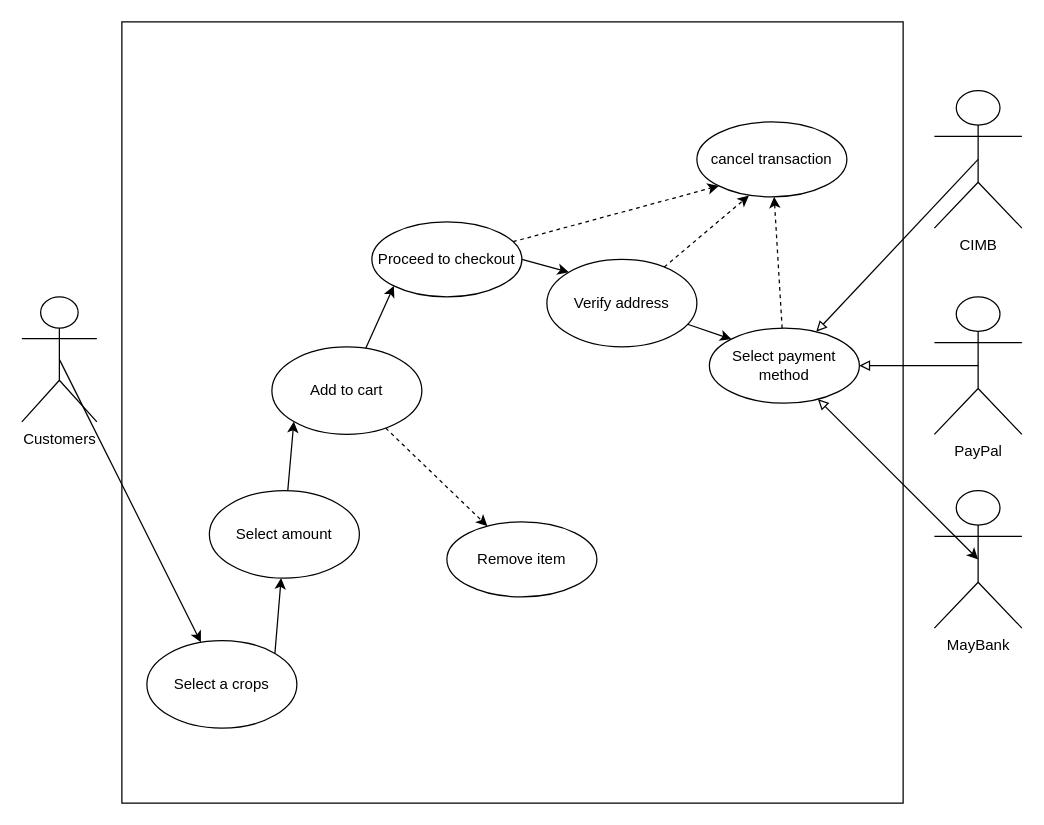
The draw.io diagram page "Page-1" (1 of 2) of SAD assignment 1.drawio in NoNameToPick/Program, before the edit. Source tidied: cells renumbered, new cells numbered last; positions are measured from the earlier drawing's top-left corner, leaving out a move shared by most shapes. Both pictures are drawn from the tidied source at 125%, with x=0, y=0 at pixel (21, 21).
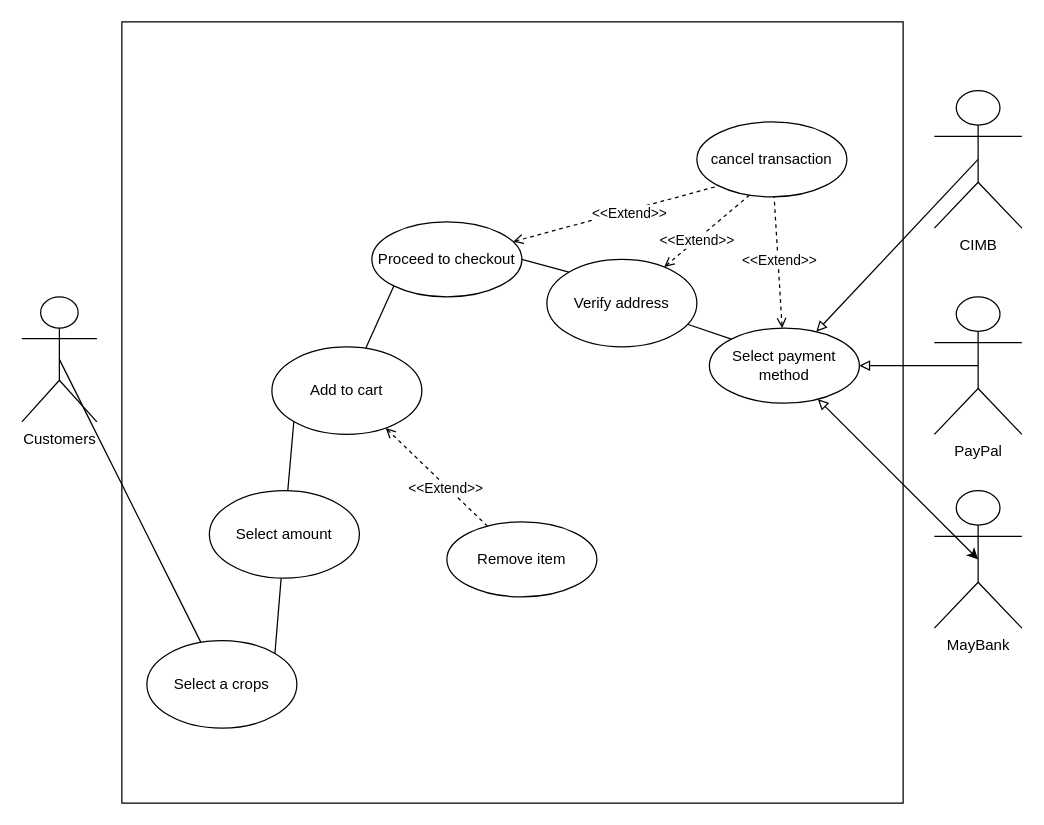
The same diagram, later.

The change refers to these unchanged cells:
```xml
<mxCell id="3" value="Customers" style="shape=umlActor;verticalLabelPosition=bottom;verticalAlign=top;html=1;outlineConnect=0;" parent="1" vertex="1">
  <mxGeometry y="220" width="60" height="100" as="geometry" />
</mxCell>
<mxCell id="5" value="Select a crops" style="ellipse;whiteSpace=wrap;html=1;" parent="1" vertex="1">
  <mxGeometry x="100" y="495" width="120" height="70" as="geometry" />
</mxCell>
<mxCell id="8" value="Add to cart" style="ellipse;whiteSpace=wrap;html=1;" parent="1" vertex="1">
  <mxGeometry x="200" y="260" width="120" height="70" as="geometry" />
</mxCell>
<mxCell id="10" value="Remove item" style="ellipse;whiteSpace=wrap;html=1;" parent="1" vertex="1">
  <mxGeometry x="340" y="400" width="120" height="60" as="geometry" />
</mxCell>
<mxCell id="13" value="Proceed to checkout" style="ellipse;whiteSpace=wrap;html=1;" parent="1" vertex="1">
  <mxGeometry x="280" y="160" width="120" height="60" as="geometry" />
</mxCell>
<mxCell id="16" value="Select payment method" style="ellipse;whiteSpace=wrap;html=1;" parent="1" vertex="1">
  <mxGeometry x="550" y="245" width="120" height="60" as="geometry" />
</mxCell>
<mxCell id="22" value="cancel transaction" style="ellipse;whiteSpace=wrap;html=1;" parent="1" vertex="1">
  <mxGeometry x="540" y="80" width="120" height="60" as="geometry" />
</mxCell>
<mxCell id="24" value="Select amount" style="ellipse;whiteSpace=wrap;html=1;" parent="1" vertex="1">
  <mxGeometry x="150" y="375" width="120" height="70" as="geometry" />
</mxCell>
<mxCell id="26" value="Verify address" style="ellipse;whiteSpace=wrap;html=1;" parent="1" vertex="1">
  <mxGeometry x="420" y="190" width="120" height="70" as="geometry" />
</mxCell>
```

Change to the diagram source:
```diff
@@
-    <mxCell id="2" style="rounded=0;jettySize=auto;html=1;exitX=0.5;exitY=0.5;exitDx=0;exitDy=0;exitPerimeter=0;" parent="1" edge="1" source="3" target="5">
+    <mxCell id="2" style="rounded=0;jettySize=auto;html=1;exitX=0.5;exitY=0.5;exitDx=0;exitDy=0;exitPerimeter=0;endArrow=none;endFill=0;" parent="1" edge="1" source="3" target="5">
       <mxGeometry relative="1" as="geometry" />
     </mxCell>
@@
-    <mxCell id="6" style="rounded=0;jettySize=auto;html=1;dashed=1;endArrow=classic;endFill=1;" parent="1" edge="1" source="8" target="10">
+    <mxCell id="6" style="rounded=0;jettySize=auto;html=1;dashed=1;endArrow=none;endFill=0;startArrow=open;startFill=0;" parent="1" edge="1" source="8" target="10">
       <mxGeometry relative="1" as="geometry" />
     </mxCell>
+    <mxCell id="28" value="&amp;lt;&amp;lt;Extend&amp;gt;&amp;gt;" style="edgeLabel;html=1;align=center;verticalAlign=middle;" parent="6" vertex="1">
+      <mxGeometry x="0.19" y="-1" relative="1" as="geometry" />
+    </mxCell>
-    <mxCell id="7" style="rounded=0;jettySize=auto;html=1;entryX=0;entryY=1;entryDx=0;entryDy=0;" parent="1" edge="1" source="8" target="13">
+    <mxCell id="7" style="rounded=0;jettySize=auto;html=1;entryX=0;entryY=1;entryDx=0;entryDy=0;endArrow=none;endFill=0;" parent="1" edge="1" source="8" target="13">
       <mxGeometry relative="1" as="geometry" />
     </mxCell>
@@
-    <mxCell id="9" style="rounded=0;jettySize=auto;html=1;exitX=1;exitY=0;exitDx=0;exitDy=0;" parent="1" edge="1" source="5" target="24">
+    <mxCell id="9" style="rounded=0;jettySize=auto;html=1;exitX=1;exitY=0;exitDx=0;exitDy=0;endArrow=none;endFill=0;" parent="1" edge="1" source="5" target="24">
       <mxGeometry relative="1" as="geometry" />
     </mxCell>
@@
-    <mxCell id="11" style="rounded=0;jettySize=auto;html=1;exitX=1;exitY=0.5;exitDx=0;exitDy=0;entryX=0;entryY=0;entryDx=0;entryDy=0;" parent="1" edge="1" source="13" target="26">
+    <mxCell id="11" style="rounded=0;jettySize=auto;html=1;exitX=1;exitY=0.5;exitDx=0;exitDy=0;entryX=0;entryY=0;entryDx=0;entryDy=0;endArrow=none;endFill=0;" parent="1" edge="1" source="13" target="26">
       <mxGeometry relative="1" as="geometry" />
     </mxCell>
-    <mxCell id="12" style="rounded=0;jettySize=auto;html=1;entryX=0;entryY=1;entryDx=0;entryDy=0;dashed=1;" parent="1" edge="1" source="13" target="22">
+    <mxCell id="12" style="rounded=0;jettySize=auto;html=1;entryX=0;entryY=1;entryDx=0;entryDy=0;dashed=1;startArrow=open;startFill=0;endArrow=none;endFill=0;" parent="1" edge="1" source="13" target="22">
       <mxGeometry relative="1" as="geometry" />
     </mxCell>
+    <mxCell id="29" value="&amp;lt;&amp;lt;Extend&amp;gt;&amp;gt;" style="edgeLabel;html=1;align=center;verticalAlign=middle;" parent="12" vertex="1">
+      <mxGeometry x="0.11" y="-2" relative="1" as="geometry" />
+    </mxCell>
@@
-    <mxCell id="15" style="rounded=0;jettySize=auto;html=1;dashed=1;" parent="1" edge="1" source="16" target="22">
+    <mxCell id="15" style="rounded=0;jettySize=auto;html=1;dashed=1;endArrow=none;endFill=0;startArrow=open;startFill=0;" parent="1" edge="1" source="16" target="22">
       <mxGeometry relative="1" as="geometry" />
     </mxCell>
+    <mxCell id="30" value="&amp;lt;&amp;lt;Extend&amp;gt;&amp;gt;" style="edgeLabel;html=1;align=center;verticalAlign=middle;" parent="15" vertex="1">
+      <mxGeometry x="0.04" y="-1" relative="1" as="geometry" />
+    </mxCell>
@@
-    <mxCell id="23" style="rounded=0;jettySize=auto;html=1;entryX=0;entryY=1;entryDx=0;entryDy=0;" parent="1" edge="1" source="24" target="8">
+    <mxCell id="23" style="rounded=0;jettySize=auto;html=1;entryX=0;entryY=1;entryDx=0;entryDy=0;endArrow=none;endFill=0;" parent="1" edge="1" source="24" target="8">
       <mxGeometry relative="1" as="geometry" />
     </mxCell>
@@
-    <mxCell id="25" style="rounded=0;jettySize=auto;html=1;entryX=0;entryY=0;entryDx=0;entryDy=0;" parent="1" edge="1" source="26" target="16">
+    <mxCell id="25" style="rounded=0;jettySize=auto;html=1;entryX=0;entryY=0;entryDx=0;entryDy=0;endArrow=none;endFill=0;" parent="1" edge="1" source="26" target="16">
       <mxGeometry relative="1" as="geometry" />
     </mxCell>
@@
-    <mxCell id="27" style="rounded=0;jettySize=auto;html=1;entryX=0.347;entryY=0.983;entryDx=0;entryDy=0;entryPerimeter=0;dashed=1;" parent="1" edge="1" source="26" target="22">
+    <mxCell id="27" style="rounded=0;jettySize=auto;html=1;entryX=0.347;entryY=0.983;entryDx=0;entryDy=0;entryPerimeter=0;dashed=1;endArrow=none;endFill=0;startArrow=open;startFill=0;" parent="1" edge="1" source="26" target="22">
       <mxGeometry relative="1" as="geometry" />
     </mxCell>
+    <mxCell id="31" value="&amp;lt;&amp;lt;Extend&amp;gt;&amp;gt;" style="edgeLabel;html=1;align=center;verticalAlign=middle;" parent="27" vertex="1">
+      <mxGeometry x="-0.24" relative="1" as="geometry" />
+    </mxCell>
```
